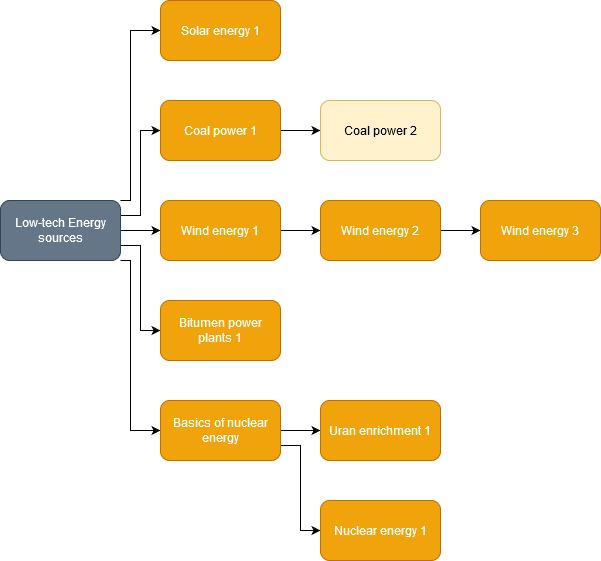
cit1zen/workers-and-resources-community-tech-tree keeps this draw.io diagram as resources/energy.png. Above is the earlier version. Source tidied: cells renumbered, new cells last; positions are measured from the earlier drawing's top-left corner, leaving out a move shared by most shapes.
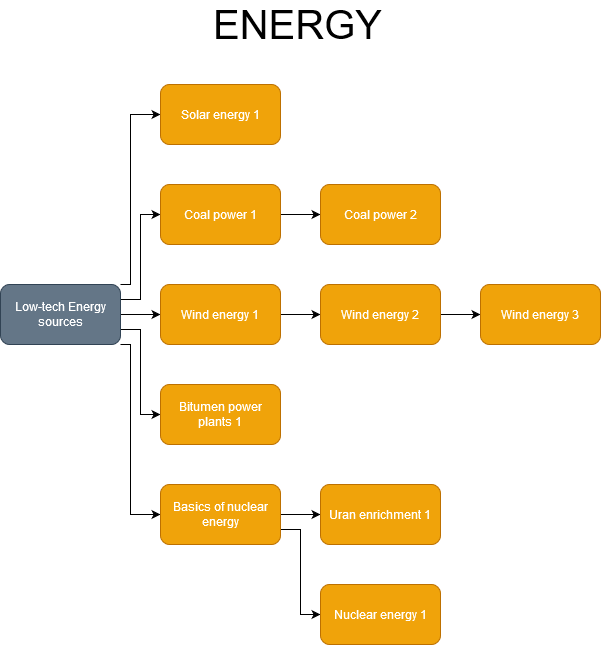
The same diagram one commit later.

The edit, as a diff of the source:
```diff
@@ -36,7 +36,7 @@
     <mxCell id="9" value="Coal power 1" style="rounded=1;whiteSpace=wrap;html=1;fillColor=#f0a30a;strokeColor=#BD7000;fontColor=#ffffff;" parent="1" vertex="1">
       <mxGeometry x="160" y="100" width="120" height="60" as="geometry" />
     </mxCell>
-    <mxCell id="10" value="Coal power 2" style="rounded=1;whiteSpace=wrap;html=1;fillColor=#fff2cc;strokeColor=#d6b656;" parent="1" vertex="1">
+    <mxCell id="10" value="Coal power 2" style="rounded=1;whiteSpace=wrap;html=1;fillColor=#f0a30a;strokeColor=#BD7000;fontColor=#ffffff;" parent="1" vertex="1">
       <mxGeometry x="320" y="100" width="120" height="60" as="geometry" />
     </mxCell>
     <mxCell id="11" style="edgeStyle=orthogonalEdgeStyle;rounded=0;jettySize=auto;html=1;exitX=1;exitY=0.5;exitDx=0;exitDy=0;entryX=0;entryY=0.5;entryDx=0;entryDy=0;" parent="1" edge="1" source="12" target="14">
@@ -75,5 +75,8 @@
     <mxCell id="22" value="Solar energy 1" style="rounded=1;whiteSpace=wrap;html=1;fillColor=#f0a30a;strokeColor=#BD7000;fontColor=#ffffff;" parent="1" vertex="1">
       <mxGeometry x="160" width="120" height="60" as="geometry" />
     </mxCell>
+    <mxCell id="23" value="&lt;font style=&quot;font-size: 40px&quot;&gt;ENERGY&lt;/font&gt;" style="text;html=1;strokeColor=none;fillColor=none;align=center;verticalAlign=middle;whiteSpace=wrap;rounded=0;" parent="1" vertex="1">
+      <mxGeometry x="230" y="-80" width="135" height="40" as="geometry" />
+    </mxCell>
   </root>
 </mxGraphModel>
```
